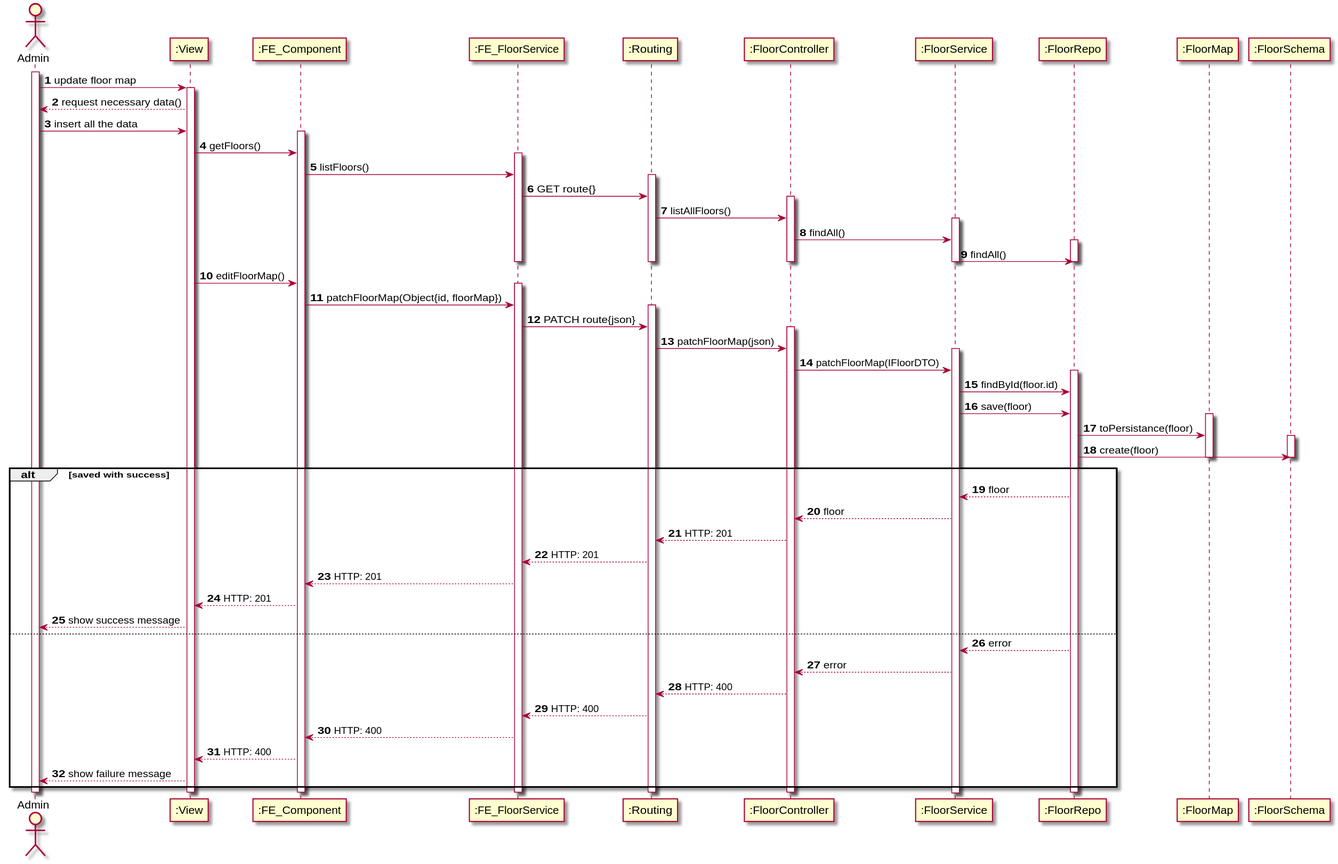
Before: docs/Sprint B/1210819/svg/docs/Sprint B/1210819/US1120/Level3_patchFloorMap.svg, a diagram exported from PlantUML (NunoTeixeiraMota/ProjetoIntegrador24).
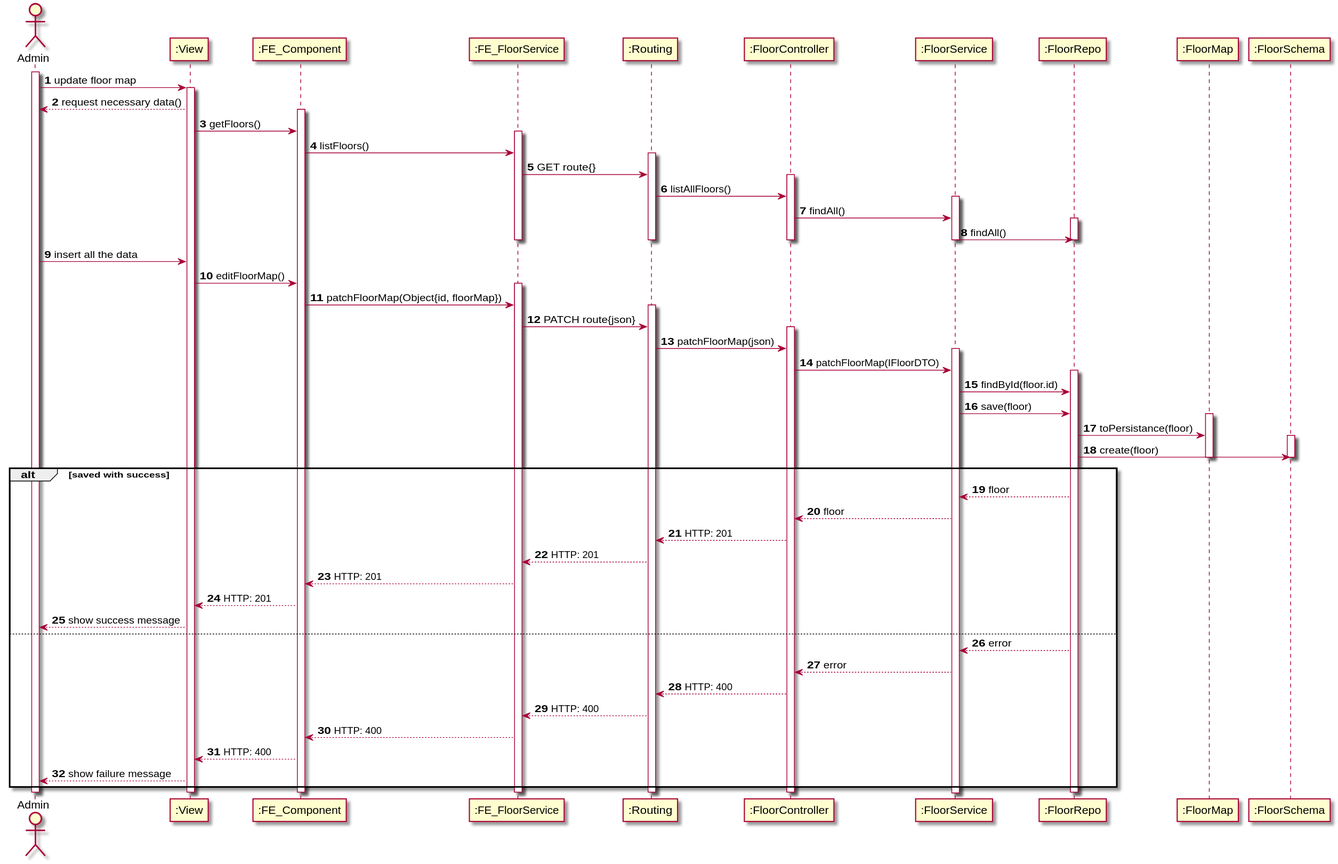
The same file after the commit.

Diff of the diagram source:
```diff
@@ -17,9 +17,8 @@
 admin -> sys: update floor map
 activate sys
 sys --> admin: request necessary data()
-admin -> sys : insert all the data
+
 activate comp
-
 sys -> comp : getFloors()
 activate FEsrvc
 comp -> FEsrvc : listFloors()
@@ -37,6 +36,7 @@
 deactivate srvc
 deactivate repo
 
+admin -> sys : insert all the data
 sys -> comp : editFloorMap()
 activate FEsrvc
 comp -> FEsrvc : patchFloorMap(Object{id, floorMap})
```
